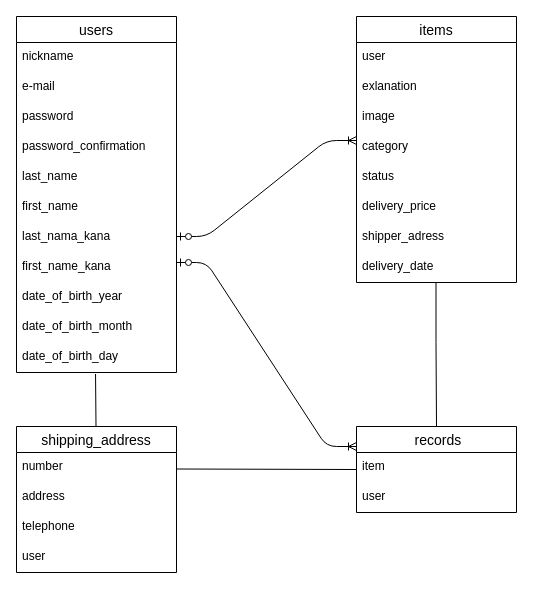
Before: draw.dio in yhirokane17/furima-39331, a draw.io diagram. Source tidied: cells renumbered, new cells numbered last; positions are measured from the earlier drawing's top-left corner, leaving out a move shared by most shapes. Both pictures are drawn from the tidied source at 100%, with x=0, y=0 at pixel (16, 16).
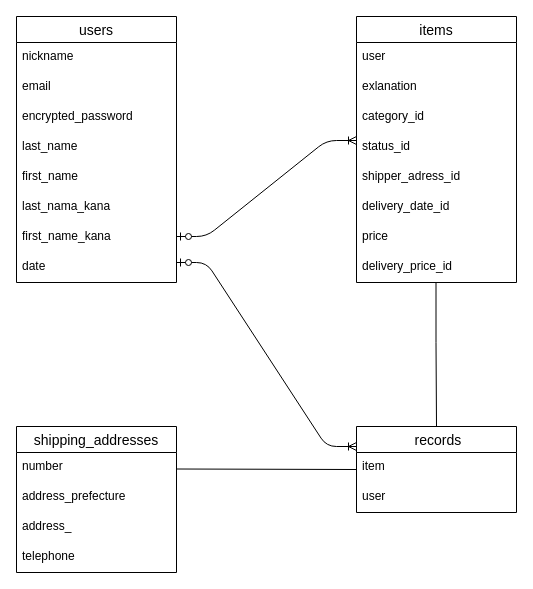
Above is the later version.

Commit message (it also covers changes not shown here):
データベース修正

Unchanged cells that the change refers to:
```xml
<mxCell id="14" value="items" style="swimlane;fontStyle=0;horizontal=1;startSize=26;align=center;fontSize=14;" parent="1" vertex="1">
  <mxGeometry x="340" width="160" height="266" as="geometry" />
</mxCell>
```

Change to the diagram source:
```diff
@@
     <mxCell id="2" value="users" style="swimlane;fontStyle=0;horizontal=1;startSize=26;align=center;fontSize=14;" parent="1" vertex="1">
-      <mxGeometry width="160" height="356" as="geometry" />
+      <mxGeometry width="160" height="266" as="geometry" />
     </mxCell>
@@
-    <mxCell id="4" value="e-mail" style="text;strokeColor=none;fillColor=none;spacingLeft=4;spacingRight=4;overflow=hidden;fontSize=12;" parent="2" vertex="1">
+    <mxCell id="4" value="email" style="text;strokeColor=none;fillColor=none;spacingLeft=4;spacingRight=4;overflow=hidden;fontSize=12;" parent="2" vertex="1">
       <mxGeometry y="56" width="160" height="30" as="geometry" />
     </mxCell>
-    <mxCell id="5" value="password" style="text;strokeColor=none;fillColor=none;spacingLeft=4;spacingRight=4;overflow=hidden;fontSize=12;" parent="2" vertex="1">
+    <mxCell id="5" value="encrypted_password" style="text;strokeColor=none;fillColor=none;spacingLeft=4;spacingRight=4;overflow=hidden;fontSize=12;" parent="2" vertex="1">
       <mxGeometry y="86" width="160" height="30" as="geometry" />
     </mxCell>
-    <mxCell id="6" value="password_confirmation" style="text;strokeColor=none;fillColor=none;spacingLeft=4;spacingRight=4;overflow=hidden;fontSize=12;" parent="2" vertex="1">
-      <mxGeometry y="116" width="160" height="30" as="geometry" />
-    </mxCell>
     <mxCell id="7" value="last_name" style="text;strokeColor=none;fillColor=none;spacingLeft=4;spacingRight=4;overflow=hidden;fontSize=12;" parent="2" vertex="1">
-      <mxGeometry y="146" width="160" height="30" as="geometry" />
+      <mxGeometry y="116" width="160" height="30" as="geometry" />
     </mxCell>
     <mxCell id="8" value="first_name" style="text;strokeColor=none;fillColor=none;spacingLeft=4;spacingRight=4;overflow=hidden;fontSize=12;" parent="2" vertex="1">
-      <mxGeometry y="176" width="160" height="30" as="geometry" />
+      <mxGeometry y="146" width="160" height="30" as="geometry" />
     </mxCell>
     <mxCell id="9" value="last_nama_kana" style="text;strokeColor=none;fillColor=none;spacingLeft=4;spacingRight=4;overflow=hidden;fontSize=12;" parent="2" vertex="1">
-      <mxGeometry y="206" width="160" height="30" as="geometry" />
+      <mxGeometry y="176" width="160" height="30" as="geometry" />
     </mxCell>
     <mxCell id="10" value="first_name_kana" style="text;strokeColor=none;fillColor=none;spacingLeft=4;spacingRight=4;overflow=hidden;fontSize=12;" parent="2" vertex="1">
-      <mxGeometry y="236" width="160" height="30" as="geometry" />
+      <mxGeometry y="206" width="160" height="30" as="geometry" />
     </mxCell>
-    <mxCell id="11" value="date_of_birth_year" style="text;strokeColor=none;fillColor=none;spacingLeft=4;spacingRight=4;overflow=hidden;fontSize=12;" parent="2" vertex="1">
-      <mxGeometry y="266" width="160" height="30" as="geometry" />
-    </mxCell>
-    <mxCell id="12" value="date_of_birth_month" style="text;strokeColor=none;fillColor=none;spacingLeft=4;spacingRight=4;overflow=hidden;fontSize=12;" parent="2" vertex="1">
-      <mxGeometry y="296" width="160" height="30" as="geometry" />
-    </mxCell>
-    <mxCell id="13" value="date_of_birth_day" style="text;strokeColor=none;fillColor=none;spacingLeft=4;spacingRight=4;overflow=hidden;points=[[0,0.5],[1,0.5]];portConstraint=eastwest;fontSize=12;" parent="2" vertex="1">
-      <mxGeometry y="326" width="160" height="30" as="geometry" />
+    <mxCell id="13" value="date" style="text;strokeColor=none;fillColor=none;spacingLeft=4;spacingRight=4;overflow=hidden;points=[[0,0.5],[1,0.5]];portConstraint=eastwest;fontSize=12;" parent="2" vertex="1">
+      <mxGeometry y="236" width="160" height="30" as="geometry" />
     </mxCell>
@@
-    <mxCell id="17" value="image" style="text;strokeColor=none;fillColor=none;spacingLeft=4;spacingRight=4;overflow=hidden;fontSize=12;" parent="14" vertex="1">
-      <mxGeometry y="86" width="160" height="30" as="geometry" />
-    </mxCell>
-    <mxCell id="18" value="category" style="text;strokeColor=none;fillColor=none;spacingLeft=4;spacingRight=4;overflow=hidden;fontSize=12;" parent="14" vertex="1">
-      <mxGeometry y="116" width="160" height="30" as="geometry" />
+    <mxCell id="18" value="category_id" style="text;strokeColor=none;fillColor=none;spacingLeft=4;spacingRight=4;overflow=hidden;fontSize=12;" parent="14" vertex="1">
+      <mxGeometry y="86" width="160" height="30" as="geometry" />
     </mxCell>
-    <mxCell id="19" value="status" style="text;strokeColor=none;fillColor=none;spacingLeft=4;spacingRight=4;overflow=hidden;fontSize=12;" parent="14" vertex="1">
-      <mxGeometry y="146" width="160" height="30" as="geometry" />
+    <mxCell id="19" value="status_id" style="text;strokeColor=none;fillColor=none;spacingLeft=4;spacingRight=4;overflow=hidden;fontSize=12;" parent="14" vertex="1">
+      <mxGeometry y="116" width="160" height="30" as="geometry" />
     </mxCell>
-    <mxCell id="20" value="delivery_price" style="text;strokeColor=none;fillColor=none;spacingLeft=4;spacingRight=4;overflow=hidden;fontSize=12;" parent="14" vertex="1">
-      <mxGeometry y="176" width="160" height="30" as="geometry" />
-    </mxCell>
-    <mxCell id="21" value="shipper_adress" style="text;strokeColor=none;fillColor=none;spacingLeft=4;spacingRight=4;overflow=hidden;fontSize=12;" parent="14" vertex="1">
-      <mxGeometry y="206" width="160" height="30" as="geometry" />
+    <mxCell id="21" value="shipper_adress_id" style="text;strokeColor=none;fillColor=none;spacingLeft=4;spacingRight=4;overflow=hidden;fontSize=12;" parent="14" vertex="1">
+      <mxGeometry y="146" width="160" height="30" as="geometry" />
     </mxCell>
-    <mxCell id="22" value="delivery_date" style="text;strokeColor=none;fillColor=none;spacingLeft=4;spacingRight=4;overflow=hidden;fontSize=12;" parent="14" vertex="1">
-      <mxGeometry y="236" width="160" height="30" as="geometry" />
+    <mxCell id="22" value="delivery_date_id" style="text;strokeColor=none;fillColor=none;spacingLeft=4;spacingRight=4;overflow=hidden;fontSize=12;" parent="14" vertex="1">
+      <mxGeometry y="176" width="160" height="30" as="geometry" />
     </mxCell>
+    <mxCell id="36" value="price" style="text;strokeColor=none;fillColor=none;spacingLeft=4;spacingRight=4;overflow=hidden;fontSize=12;" parent="14" vertex="1">
+      <mxGeometry y="206" width="160" height="30" as="geometry" />
+    </mxCell>
+    <mxCell id="20" value="delivery_price_id" style="text;strokeColor=none;fillColor=none;spacingLeft=4;spacingRight=4;overflow=hidden;fontSize=12;" parent="14" vertex="1">
+      <mxGeometry y="236" width="160" height="30" as="geometry" />
+    </mxCell>
@@
-    <mxCell id="26" value="shipping_address" style="swimlane;fontStyle=0;horizontal=1;startSize=26;align=center;fontSize=14;" parent="1" vertex="1">
+    <mxCell id="26" value="shipping_addresses" style="swimlane;fontStyle=0;horizontal=1;startSize=26;align=center;fontSize=14;" parent="1" vertex="1">
       <mxGeometry y="410" width="160" height="146" as="geometry" />
     </mxCell>
@@
-    <mxCell id="28" value="address" style="text;strokeColor=none;fillColor=none;spacingLeft=4;spacingRight=4;overflow=hidden;fontSize=12;" parent="26" vertex="1">
+    <mxCell id="28" value="address_prefecture" style="text;strokeColor=none;fillColor=none;spacingLeft=4;spacingRight=4;overflow=hidden;fontSize=12;" parent="26" vertex="1">
       <mxGeometry y="56" width="160" height="30" as="geometry" />
     </mxCell>
+    <mxCell id="37" value="address_" style="text;strokeColor=none;fillColor=none;spacingLeft=4;spacingRight=4;overflow=hidden;fontSize=12;" parent="26" vertex="1">
+      <mxGeometry y="86" width="160" height="30" as="geometry" />
+    </mxCell>
     <mxCell id="29" value="telephone" style="text;strokeColor=none;fillColor=none;spacingLeft=4;spacingRight=4;overflow=hidden;fontSize=12;" parent="26" vertex="1">
-      <mxGeometry y="86" width="160" height="30" as="geometry" />
+      <mxGeometry y="116" width="160" height="30" as="geometry" />
     </mxCell>
-    <mxCell id="30" value="user" style="text;strokeColor=none;fillColor=none;spacingLeft=4;spacingRight=4;overflow=hidden;fontSize=12;" parent="26" vertex="1">
-      <mxGeometry y="116" width="160" height="30" as="geometry" />
-    </mxCell>
@@
-    <mxCell id="33" style="endArrow=none;html=1;rounded=0;exitX=0.494;exitY=1.05;exitDx=0;exitDy=0;exitPerimeter=0;" parent="1" edge="1" source="13">
-      <mxGeometry relative="1" as="geometry">
-        <mxPoint x="79.5" y="410" as="targetPoint" />
-      </mxGeometry>
-    </mxCell>
```
